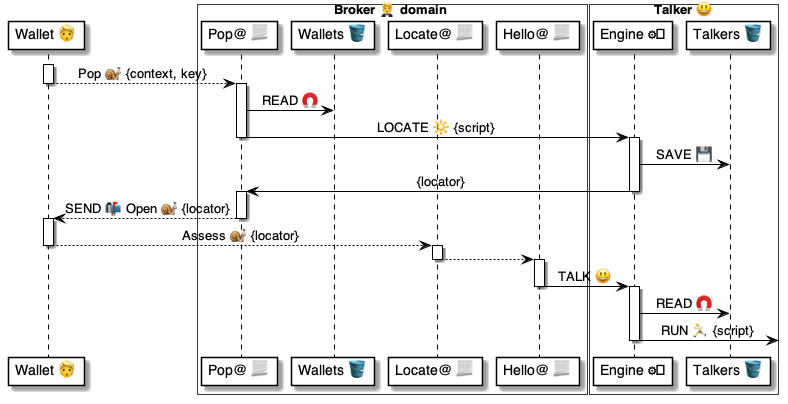
Earlier version of the PlantUML export 4 ⚙️ Solution/20 🧑‍🦰 UI/Brokers 🤵/🤵🅰️ Broker methods/Wallets 🧑‍🦰 Pop 🧑‍🦰🐌🤵/🤵 Pop ⚙️ uml.png (pollyweb-org/pollyweb-docs). Its source is kept beside it as 4 ⚙️ Solution/20 🧑‍🦰 UI/Brokers 🤵/🤵🅰️ Broker methods/Wallets 🧑‍🦰 Pop 🧑‍🦰🐌🤵/🤵 Pop ⚙️ uml.puml.
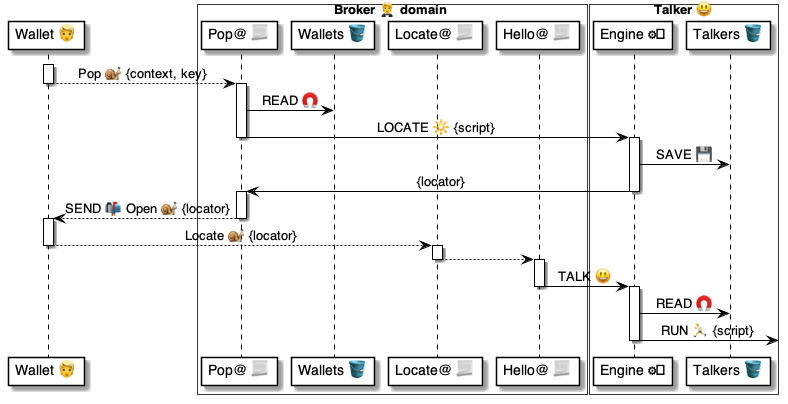
Later version of the same file.

The edit, as a diff of the source:
```diff
@@ -34,7 +34,7 @@
 deactivate pop
 
 activate wallet
-    wallet --> assess: Assess 🐌 {locator}
+    wallet --> assess: Locate 🐌 {locator}
 deactivate wallet
 
 activate assess
```
